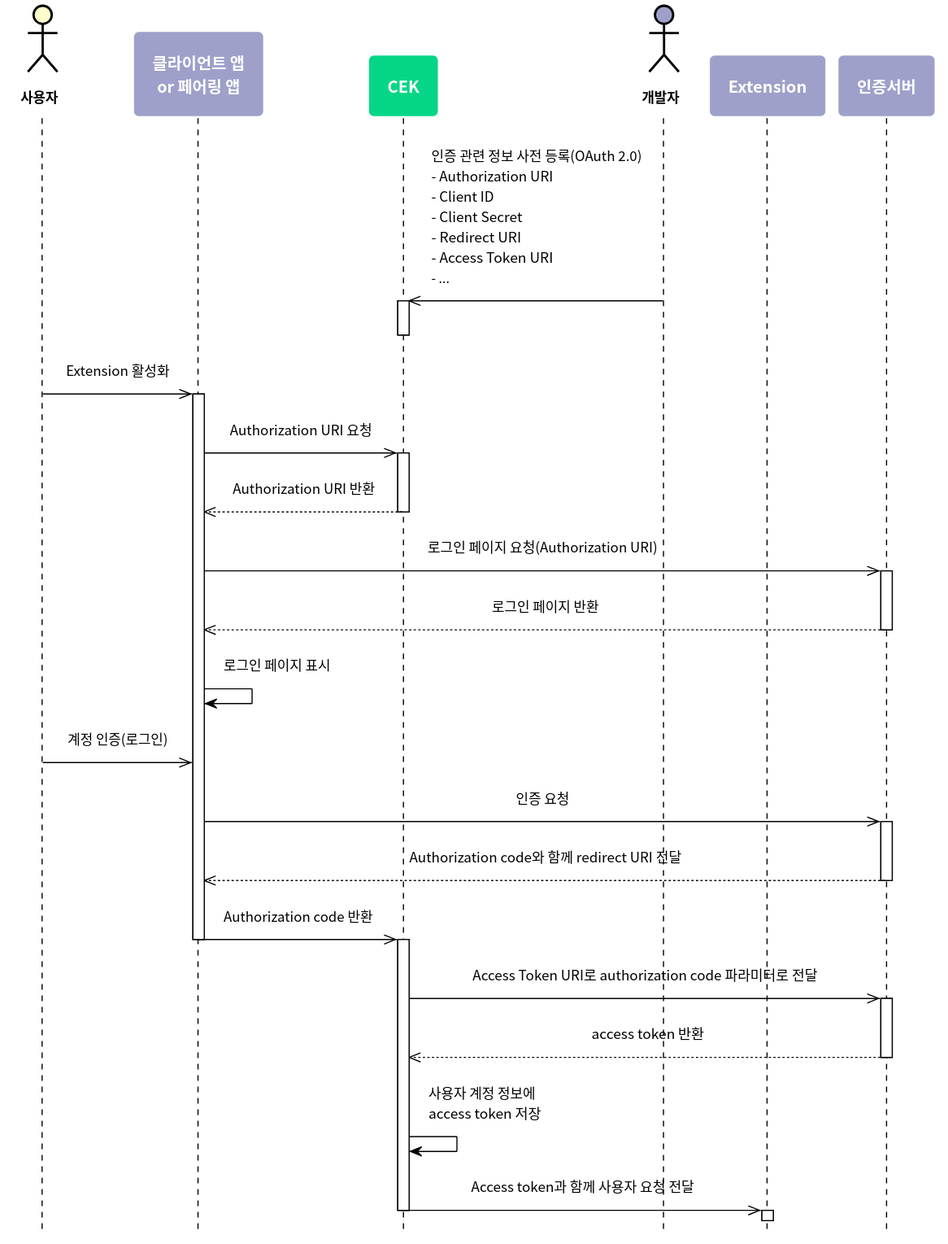
This is en-KR/Develop/Assets/Images/CEK_Account_Linking_Setup_Sequence_Diagram.svg from Dithn/clova-custom-extension-developer-guide, a PlantUML export, as it was before one commit.
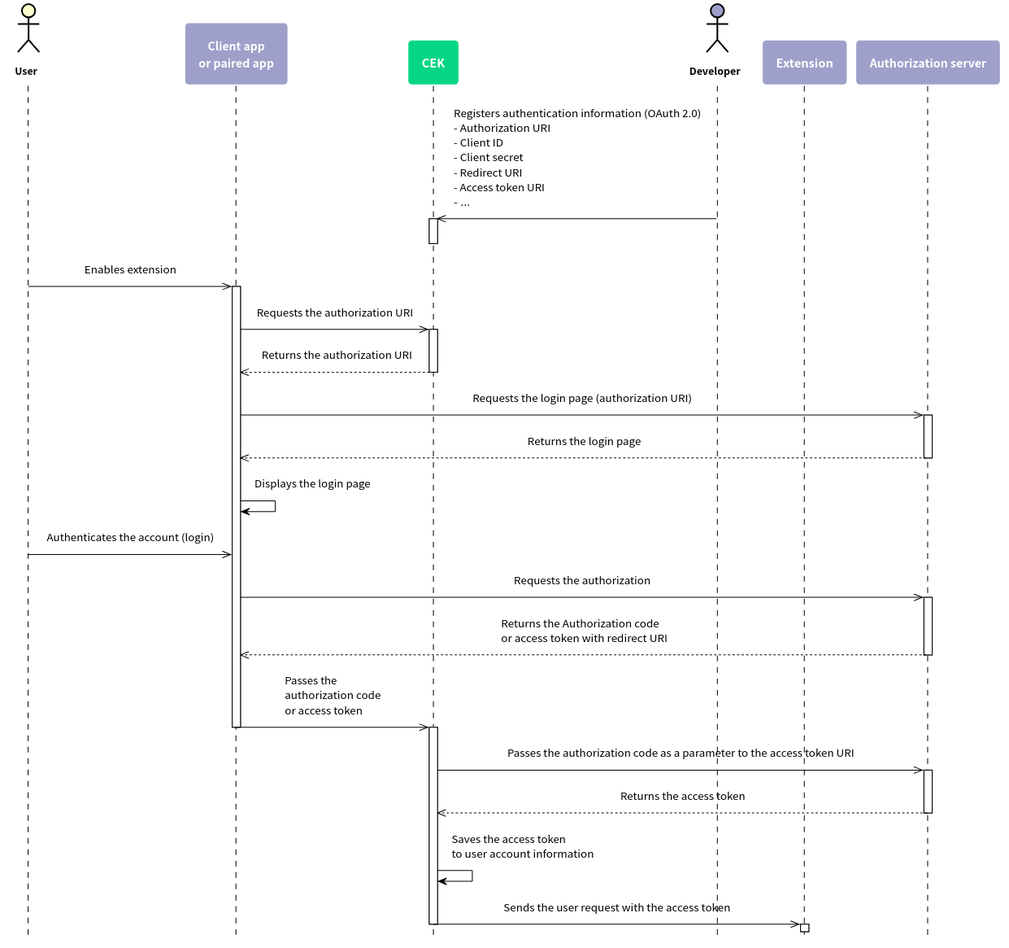
The same diagram one commit later.

Change to the diagram source:
```diff
@@ -49,52 +49,52 @@
   FontStyle bold
 }
 
-actor "사용자" as user
-participant "클라이언트 앱\nor 페어링 앱" as app #9EA0CA
+actor "User" as user
+participant "Client app\nor paired app" as app #9EA0CA
 participant CEK as cek #05D686
-actor "개발자" as dev #9EA0CA
+actor "Developer" as dev #9EA0CA
 participant Extension as ext #9EA0CA
-participant "인증서버" as auth #9EA0CA
+participant "Authorization server" as auth #9EA0CA
 
-dev ->> cek: 인증 관련 정보 사전 등록(OAuth 2.0)\l- Authorization URI\l- Client ID\l- Client Secret\l- Redirect URI\l- Access Token URI\l- ...
+dev ->> cek: Registers authentication information (OAuth 2.0)\l- Authorization URI\l- Client ID\l- Client secret\l- Redirect URI\l- Access token URI\l- ...
 
 activate cek
 deactivate cek
 
-user ->> app: Extension 활성화
+user ->> app: Enables extension
 
 activate app
-  app ->> cek: Authorization URI 요청
+  app ->> cek: Requests the authorization URI
 
   activate cek
-    cek -->> app: Authorization URI 반환
+    cek -->> app: Returns the authorization URI
   deactivate cek
 
-  app ->> auth: 로그인 페이지 요청(Authorization URI)
+  app ->> auth: Requests the login page (authorization URI)
 
   activate auth
-    auth -->> app: 로그인 페이지 반환
+    auth -->> app: Returns the login page
   deactivate auth
 
-  app -> app: 로그인 페이지 표시
-  user ->> app: 계정 인증(로그인)
-  app ->> auth: 인증 요청
+  app -> app: Displays the login page
+  user ->> app: Authenticates the account (login)
+  app ->> auth: Requests the authorization
 
   activate auth
-  auth -->> app: Authorization code와 함께 redirect URI 전달
+  auth -->> app: Returns the Authorization code\lor access token with redirect URI
   deactivate auth
 
-  app ->> cek: Authorization code 반환
+  app ->> cek: Passes the\lauthorization code\lor access token
 deactivate app
 
   activate cek
-      cek ->> auth: Access Token URI로 authorization code 파라미터로 전달
-      activate auth
-        auth -->> cek: access token 반환
-      deactivate auth
+    cek ->> auth: Passes the authorization code as a parameter to the access token URI
+    activate auth
+      auth -->> cek: Returns the access token
+    deactivate auth
 
-    cek -> cek: 사용자 계정 정보에\naccess token 저장
-    cek ->> ext: Access token과 함께 사용자 요청 전달
+    cek -> cek: Saves the access token\nto user account information
+    cek ->> ext: Sends the user request with the access token
     deactivate cek
     activate ext
 
```
